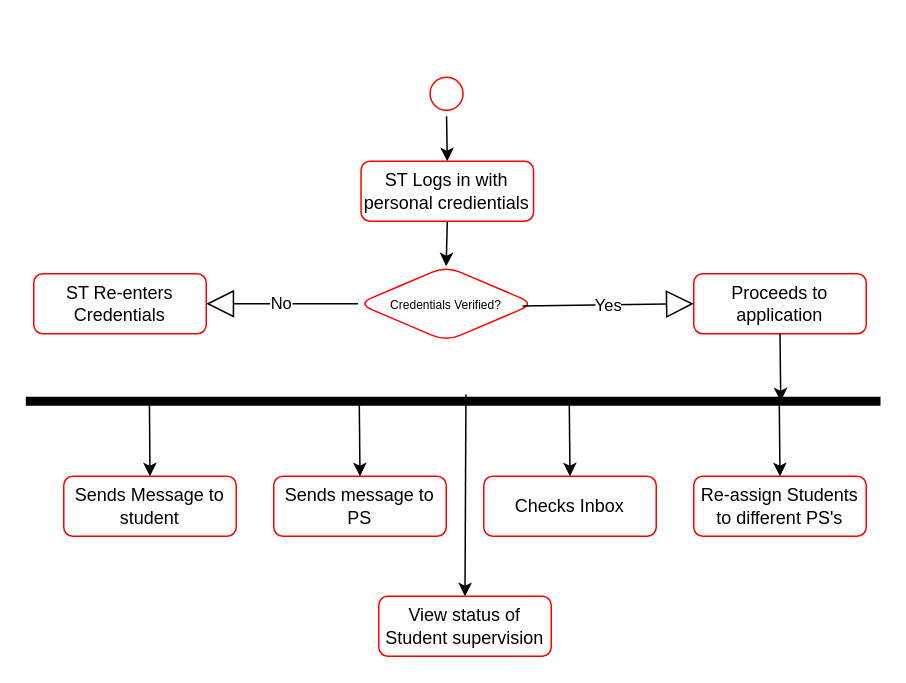
This is DIAGRAMS/Check Inbox Activity Diagram.drawio from 551462-Design-Develop-Deploy-24-25/001-port-individual-software-project-portfolio-MMukhtar1885, a draw.io file, before an edit. Source tidied: cells renumbered, new cells numbered last; positions are measured from the earlier drawing's top-left corner, leaving out a move shared by most shapes. Both pictures are drawn from the tidied source at 150%, with x=0, y=0 at pixel (33, -26).
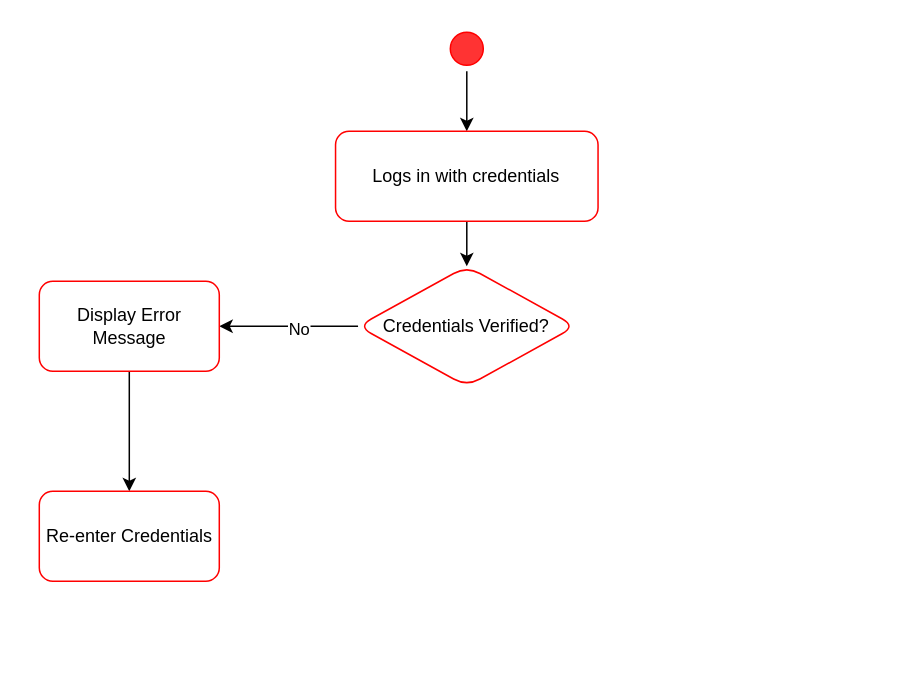
Above is the later version.

Diff of the diagram source:
```diff
@@
-    <mxCell id="2" style="edgeStyle=orthogonalEdgeStyle;rounded=0;jettySize=auto;html=1;exitX=0.5;exitY=1;exitDx=0;exitDy=0;entryX=0.5;entryY=0;entryDx=0;entryDy=0;" parent="1" edge="1" source="3" target="5">
-      <mxGeometry relative="1" as="geometry" />
-    </mxCell>
-    <mxCell id="3" style="ellipse;html=1;shape=startState;fillColor=#FFFFFF;strokeColor=#ff0000;" parent="1" vertex="1">
-      <mxGeometry x="260.2" y="64" width="30" height="30" as="geometry" />
-    </mxCell>
-    <mxCell id="4" style="edgeStyle=orthogonalEdgeStyle;rounded=0;jettySize=auto;html=1;exitX=0.5;exitY=1;exitDx=0;exitDy=0;entryX=0.5;entryY=0;entryDx=0;entryDy=0;" parent="1" edge="1" source="5" target="6">
-      <mxGeometry relative="1" as="geometry" />
-    </mxCell>
-    <mxCell id="5" value="ST Logs in with personal credientials" style="rounded=1;whiteSpace=wrap;html=1;fillColor=#FFFFFF;strokeColor=#ff0000;" parent="1" vertex="1">
-      <mxGeometry x="218.2" y="124" width="115" height="40" as="geometry" />
-    </mxCell>
+    <mxCell id="23" style="edgeStyle=orthogonalEdgeStyle;rounded=0;jettySize=auto;html=1;exitX=0.5;exitY=1;exitDx=0;exitDy=0;" parent="1" edge="1" source="24" target="26">
+      <mxGeometry relative="1" as="geometry" />
+    </mxCell>
+    <mxCell id="24" style="ellipse;html=1;shape=startState;fillColor=#FF3333;strokeColor=#ff0000;" parent="1" vertex="1">
+      <mxGeometry x="273.7" y="34" width="30" height="30" as="geometry" />
+    </mxCell>
+    <mxCell id="25" style="edgeStyle=orthogonalEdgeStyle;rounded=0;jettySize=auto;html=1;exitX=0.5;exitY=1;exitDx=0;exitDy=0;" parent="1" edge="1" source="26" target="6">
+      <mxGeometry relative="1" as="geometry" />
+    </mxCell>
+    <mxCell id="26" value="Logs in with credentials" style="rounded=1;whiteSpace=wrap;html=1;fillColor=#FFFFFF;strokeColor=#ff0000;" parent="1" vertex="1">
+      <mxGeometry x="201.2" y="104" width="175" height="60" as="geometry" />
+    </mxCell>
+    <mxCell id="27" style="edgeStyle=orthogonalEdgeStyle;rounded=0;jettySize=auto;html=1;exitX=0;exitY=0.5;exitDx=0;exitDy=0;entryX=1;entryY=0.5;entryDx=0;entryDy=0;" parent="1" edge="1" source="6" target="29">
+      <mxGeometry relative="1" as="geometry" />
+    </mxCell>
+    <mxCell id="7" value="No" style="edgeLabel;html=1;align=center;verticalAlign=middle;" parent="27" vertex="1">
+      <mxGeometry x="-0.12" y="1" relative="1" as="geometry">
+        <mxPoint x="1" as="offset" />
+      </mxGeometry>
+    </mxCell>
-    <mxCell id="6" value="&lt;font style=&quot;font-size: 8px;&quot;&gt;Credentials Verified?&lt;/font&gt;" style="rhombus;whiteSpace=wrap;html=1;fillColor=#FFFFFF;strokeColor=#ff0000;rounded=1;" parent="1" vertex="1">
-      <mxGeometry x="216.2" y="194" width="117.5" height="50" as="geometry" />
+    <mxCell id="6" value="Credentials Verified?" style="rhombus;whiteSpace=wrap;html=1;fillColor=#FFFFFF;strokeColor=#ff0000;rounded=1;" parent="1" vertex="1">
+      <mxGeometry x="216.2" y="194" width="145" height="80" as="geometry" />
     </mxCell>
-    <mxCell id="7" value="No" style="endArrow=block;endSize=16;endFill=0;html=1;rounded=0;entryX=1;entryY=0.5;entryDx=0;entryDy=0;exitX=0;exitY=0.5;exitDx=0;exitDy=0;" parent="1" edge="1" source="6" target="8">
-      <mxGeometry relative="1" as="geometry" />
-    </mxCell>
-    <mxCell id="8" value="ST Re-enters Credentials" style="rounded=1;whiteSpace=wrap;html=1;fillColor=#FFFFFF;strokeColor=#ff0000;" parent="1" vertex="1">
-      <mxGeometry y="199" width="115" height="40" as="geometry" />
-    </mxCell>
-    <mxCell id="9" value="Yes" style="endArrow=block;endSize=16;endFill=0;html=1;rounded=0;entryX=0;entryY=0.5;entryDx=0;entryDy=0;exitX=0.934;exitY=0.53;exitDx=0;exitDy=0;exitPerimeter=0;" parent="1" edge="1" source="6" target="10">
-      <mxGeometry relative="1" as="geometry" />
-    </mxCell>
-    <mxCell id="10" value="Proceeds to application" style="rounded=1;whiteSpace=wrap;html=1;fillColor=#FFFFFF;strokeColor=#ff0000;" parent="1" vertex="1">
-      <mxGeometry x="440" y="199" width="115" height="40" as="geometry" />
-    </mxCell>
-    <mxCell id="11" style="html=1;points=[];perimeter=orthogonalPerimeter;fillColor=strokeColor;rotation=90;" parent="1" vertex="1">
-      <mxGeometry x="277.1" y="-0.4" width="5" height="568.8" as="geometry" />
-    </mxCell>
-    <mxCell id="12" style="endArrow=classic;html=1;rounded=0;exitX=0.5;exitY=1;exitDx=0;exitDy=0;" parent="1" edge="1" source="10">
-      <mxGeometry relative="1" as="geometry">
-        <mxPoint x="498" y="284" as="targetPoint" />
-      </mxGeometry>
-    </mxCell>
-    <mxCell id="13" value="Sends Message to student" style="rounded=1;whiteSpace=wrap;html=1;fillColor=#FFFFFF;strokeColor=#ff0000;" parent="1" vertex="1">
-      <mxGeometry x="20" y="334" width="115" height="40" as="geometry" />
-    </mxCell>
-    <mxCell id="14" style="endArrow=classic;html=1;rounded=0;exitX=0.499;exitY=0.856;exitDx=0;exitDy=0;exitPerimeter=0;entryX=0.5;entryY=0;entryDx=0;entryDy=0;" parent="1" edge="1" source="11" target="13">
-      <mxGeometry relative="1" as="geometry" />
-    </mxCell>
-    <mxCell id="15" value="Sends message to PS" style="rounded=1;whiteSpace=wrap;html=1;fillColor=#FFFFFF;strokeColor=#ff0000;" parent="1" vertex="1">
-      <mxGeometry x="160" y="334" width="115" height="40" as="geometry" />
-    </mxCell>
-    <mxCell id="16" style="endArrow=classic;html=1;rounded=0;exitX=0.499;exitY=0.856;exitDx=0;exitDy=0;exitPerimeter=0;entryX=0.5;entryY=0;entryDx=0;entryDy=0;" parent="1" edge="1" target="15">
-      <mxGeometry relative="1" as="geometry">
-        <mxPoint x="217" y="284" as="sourcePoint" />
-      </mxGeometry>
-    </mxCell>
-    <mxCell id="17" value="Checks Inbox" style="rounded=1;whiteSpace=wrap;html=1;fillColor=#FFFFFF;strokeColor=#ff0000;" parent="1" vertex="1">
-      <mxGeometry x="300" y="334" width="115" height="40" as="geometry" />
-    </mxCell>
-    <mxCell id="18" style="endArrow=classic;html=1;rounded=0;exitX=0.499;exitY=0.856;exitDx=0;exitDy=0;exitPerimeter=0;entryX=0.5;entryY=0;entryDx=0;entryDy=0;" parent="1" edge="1" target="17">
-      <mxGeometry relative="1" as="geometry">
-        <mxPoint x="357" y="284" as="sourcePoint" />
-      </mxGeometry>
-    </mxCell>
-    <mxCell id="19" value="Re-assign Students to different PS's" style="rounded=1;whiteSpace=wrap;html=1;fillColor=#FFFFFF;strokeColor=#ff0000;" parent="1" vertex="1">
-      <mxGeometry x="440" y="334" width="115" height="40" as="geometry" />
-    </mxCell>
-    <mxCell id="20" style="endArrow=classic;html=1;rounded=0;exitX=0.499;exitY=0.856;exitDx=0;exitDy=0;exitPerimeter=0;entryX=0.5;entryY=0;entryDx=0;entryDy=0;" parent="1" edge="1" target="19">
-      <mxGeometry relative="1" as="geometry">
-        <mxPoint x="497" y="284" as="sourcePoint" />
-      </mxGeometry>
-    </mxCell>
-    <mxCell id="21" style="endArrow=classic;html=1;rounded=0;entryX=0.5;entryY=0;entryDx=0;entryDy=0;exitX=-0.401;exitY=0.485;exitDx=0;exitDy=0;exitPerimeter=0;" parent="1" edge="1" source="11" target="22">
-      <mxGeometry relative="1" as="geometry" />
-    </mxCell>
-    <mxCell id="22" value="View status of Student supervision" style="rounded=1;whiteSpace=wrap;html=1;fillColor=#FFFFFF;strokeColor=#ff0000;" parent="1" vertex="1">
-      <mxGeometry x="230" y="414" width="115" height="40" as="geometry" />
-    </mxCell>
+    <mxCell id="28" style="edgeStyle=orthogonalEdgeStyle;rounded=0;jettySize=auto;html=1;exitX=0.5;exitY=1;exitDx=0;exitDy=0;entryX=0.5;entryY=0;entryDx=0;entryDy=0;" parent="1" edge="1" source="29" target="30">
+      <mxGeometry relative="1" as="geometry" />
+    </mxCell>
+    <mxCell id="29" value="Display Error Message" style="whiteSpace=wrap;html=1;fillColor=#FFFFFF;strokeColor=#ff0000;rounded=1;" parent="1" vertex="1">
+      <mxGeometry x="3.7" y="204" width="120" height="60" as="geometry" />
+    </mxCell>
+    <mxCell id="30" value="Re-enter Credentials" style="whiteSpace=wrap;html=1;fillColor=#FFFFFF;strokeColor=#ff0000;rounded=1;" parent="1" vertex="1">
+      <mxGeometry x="3.7" y="344" width="120" height="60" as="geometry" />
+    </mxCell>
```
